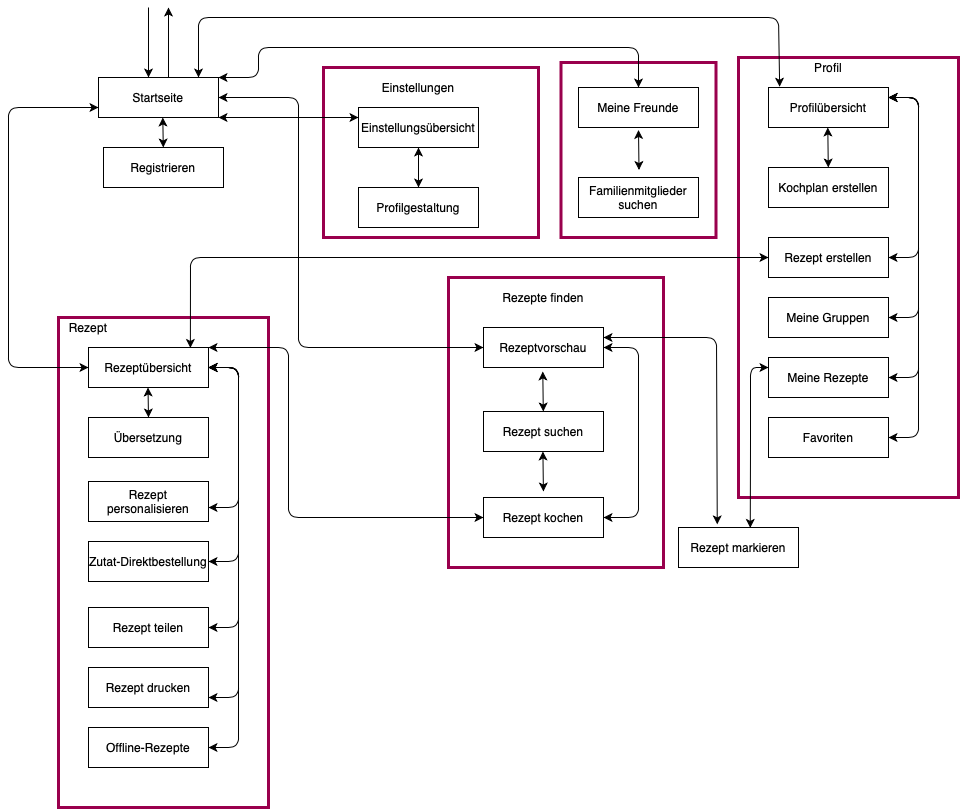
Earlier version of the draw.io export Artefakte/NavigationModel/WS2020_CobanMai_NavigationModel_v1.png (Inf166/PeerToPeerSharingOfCookingRecipies). Source tidied: cells renumbered, new cells last; positions are measured from the earlier drawing's top-left corner, leaving out a move shared by most shapes.
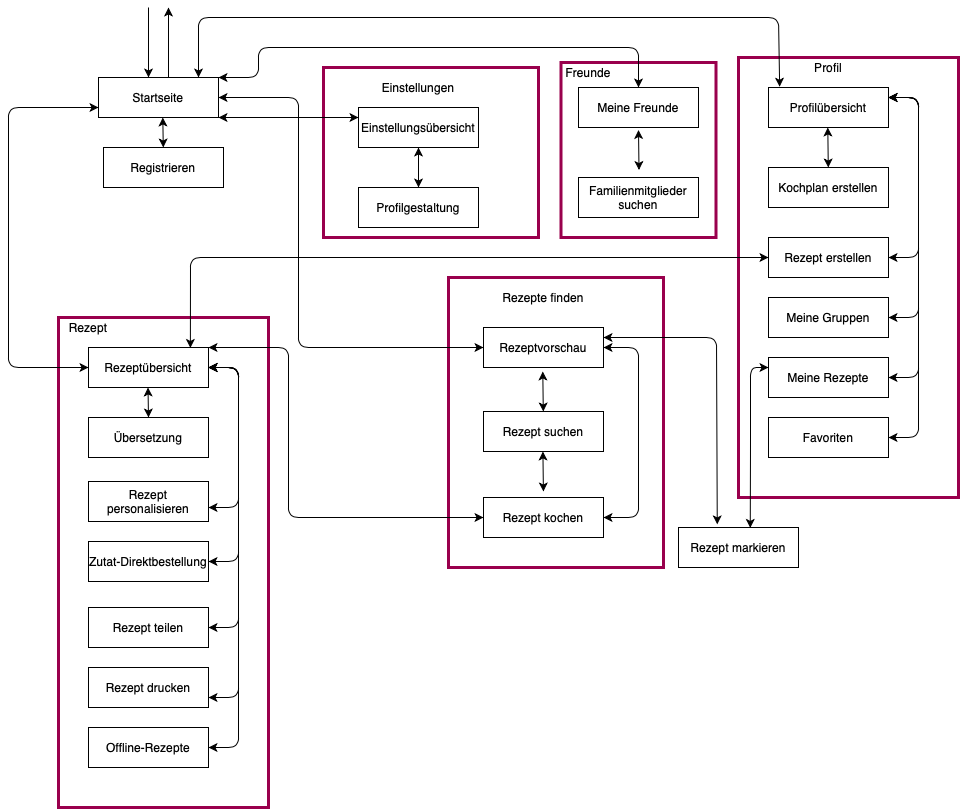
The same diagram one commit later.

What changed in the source:
```diff
@@ -323,5 +323,8 @@
         </Array>
       </mxGeometry>
     </mxCell>
+    <mxCell id="62" value="Freunde" style="text;html=1;strokeColor=none;fillColor=none;align=center;verticalAlign=middle;whiteSpace=wrap;rounded=0;" parent="1" vertex="1">
+      <mxGeometry x="560" y="55" width="40" height="20" as="geometry" />
+    </mxCell>
   </root>
 </mxGraphModel>
```
